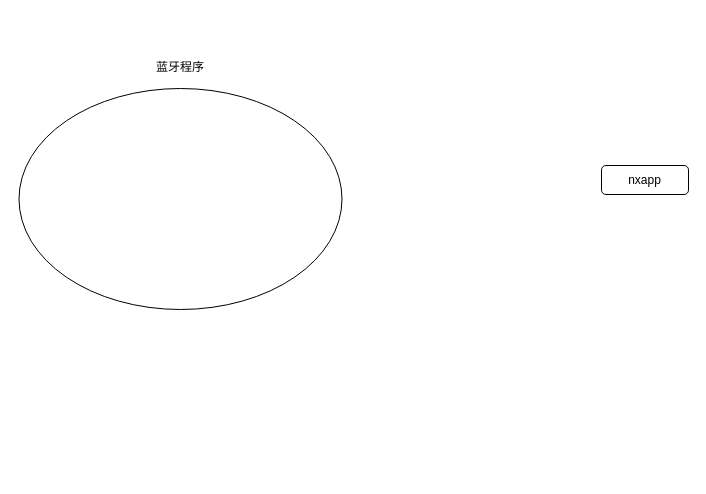
The draw.io diagram 蓝牙.drawio in weibu01/a_drawio, before the edit. Source tidied: cells renumbered, new cells numbered last; positions are measured from the earlier drawing's top-left corner, leaving out a move shared by most shapes. Both pictures are drawn from the tidied source at 100%, with x=0, y=0 at pixel (19, 52).
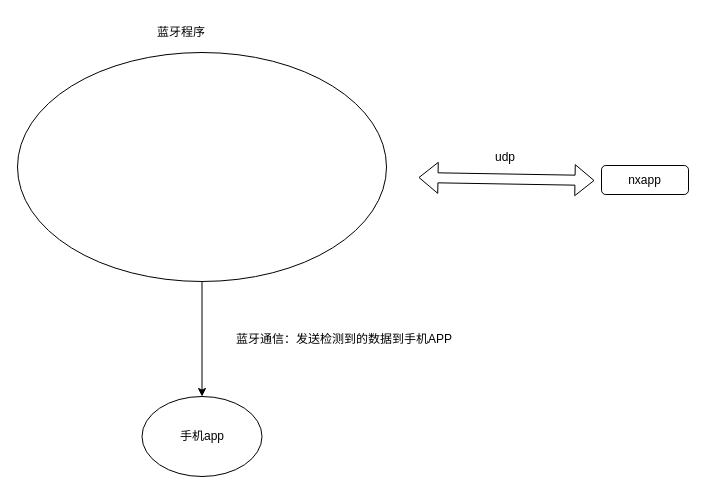
Above is the later version.

What changed in the source:
```diff
@@
 <mxGraphModel>
   <root>
     <mxCell id="0" />
     <mxCell id="1" parent="0" />
     <mxCell id="2" value="nxapp" style="rounded=1;whiteSpace=wrap;html=1;" parent="1" vertex="1">
       <mxGeometry x="582" y="113" width="87" height="29" as="geometry" />
     </mxCell>
+    <mxCell id="5" style="edgeStyle=orthogonalEdgeStyle;rounded=0;jettySize=auto;html=1;entryX=0.5;entryY=0;entryDx=0;entryDy=0;" parent="1" edge="1" source="3" target="8">
+      <mxGeometry relative="1" as="geometry" />
+    </mxCell>
     <mxCell id="3" style="ellipse;whiteSpace=wrap;html=1;" parent="1" vertex="1">
-      <mxGeometry x="-0.5" y="36" width="323" height="221" as="geometry" />
+      <mxGeometry x="-2" width="369" height="229" as="geometry" />
     </mxCell>
     <mxCell id="4" value="蓝牙程序" style="text;html=1;strokeColor=none;fillColor=none;align=center;verticalAlign=middle;whiteSpace=wrap;rounded=0;" parent="1" vertex="1">
-      <mxGeometry x="131" width="60" height="30" as="geometry" />
+      <mxGeometry x="132" y="-35" width="60" height="30" as="geometry" />
     </mxCell>
+    <mxCell id="6" style="shape=flexArrow;endArrow=classic;startArrow=classic;html=1;rounded=0;" parent="1" edge="1">
+      <mxGeometry relative="1" as="geometry">
+        <mxPoint x="399" y="125" as="sourcePoint" />
+        <mxPoint x="575" y="128" as="targetPoint" />
+      </mxGeometry>
+    </mxCell>
+    <mxCell id="7" value="udp" style="text;html=1;strokeColor=none;fillColor=none;align=center;verticalAlign=middle;whiteSpace=wrap;rounded=0;" parent="1" vertex="1">
+      <mxGeometry x="456" y="90" width="60" height="30" as="geometry" />
+    </mxCell>
+    <mxCell id="8" value="手机app" style="ellipse;whiteSpace=wrap;html=1;" parent="1" vertex="1">
+      <mxGeometry x="122.5" y="344" width="120" height="80" as="geometry" />
+    </mxCell>
+    <mxCell id="9" value="蓝牙通信：发送检测到的数据到手机APP&lt;br&gt;" style="text;html=1;strokeColor=none;fillColor=none;align=center;verticalAlign=middle;whiteSpace=wrap;rounded=0;" parent="1" vertex="1">
+      <mxGeometry x="202" y="270" width="246" height="33" as="geometry" />
+    </mxCell>
   </root>
 </mxGraphModel>
```
